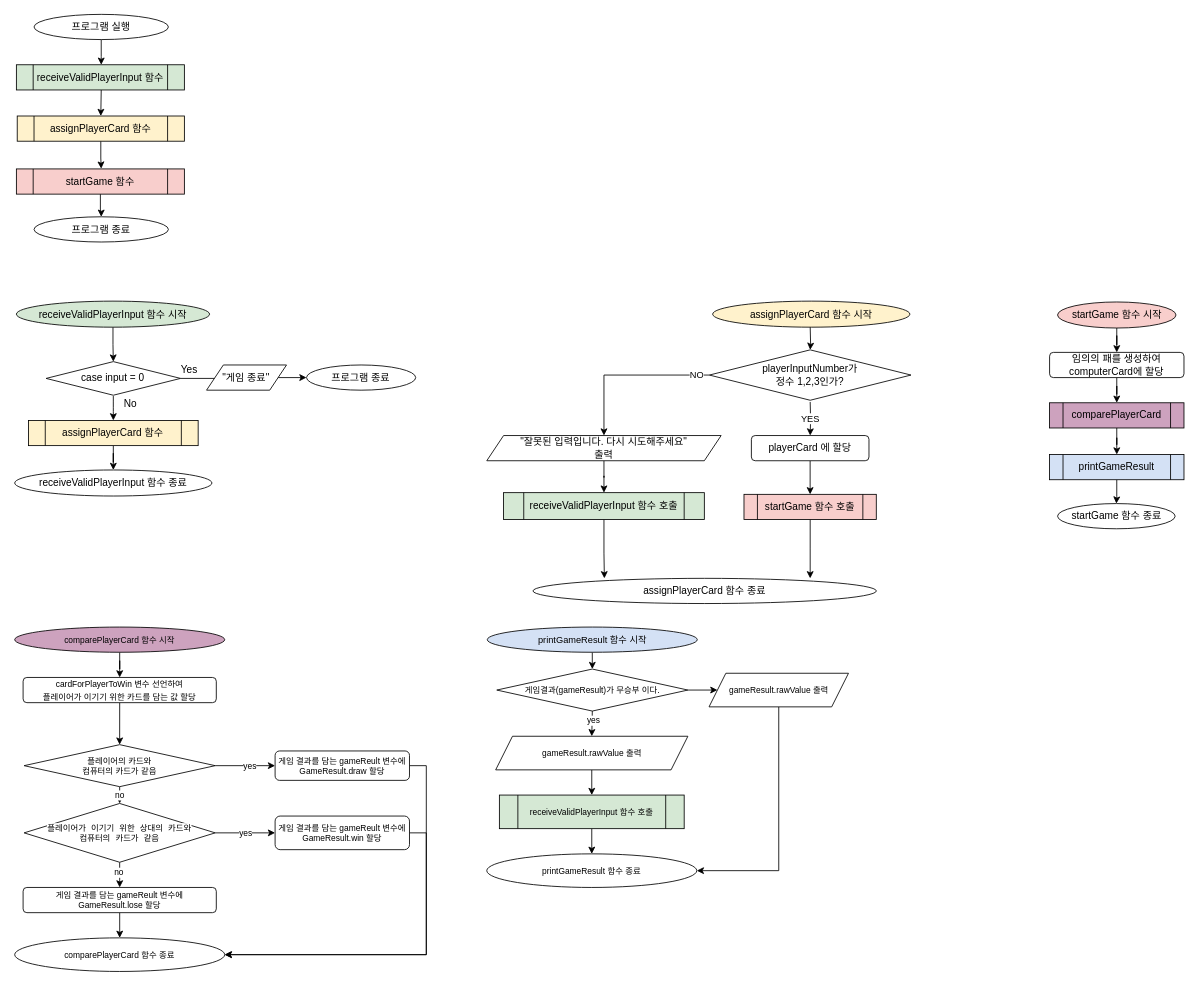
This is 묵찌빠STEP2 순서도v2.1.drawio from just1103/Swift_Syntax, a draw.io file, before an edit. Source tidied: cells renumbered, new cells numbered last; positions are measured from the earlier drawing's top-left corner, leaving out a move shared by most shapes. Both pictures are drawn from the tidied source at 84%, with x=0, y=0 at pixel (14, 14).
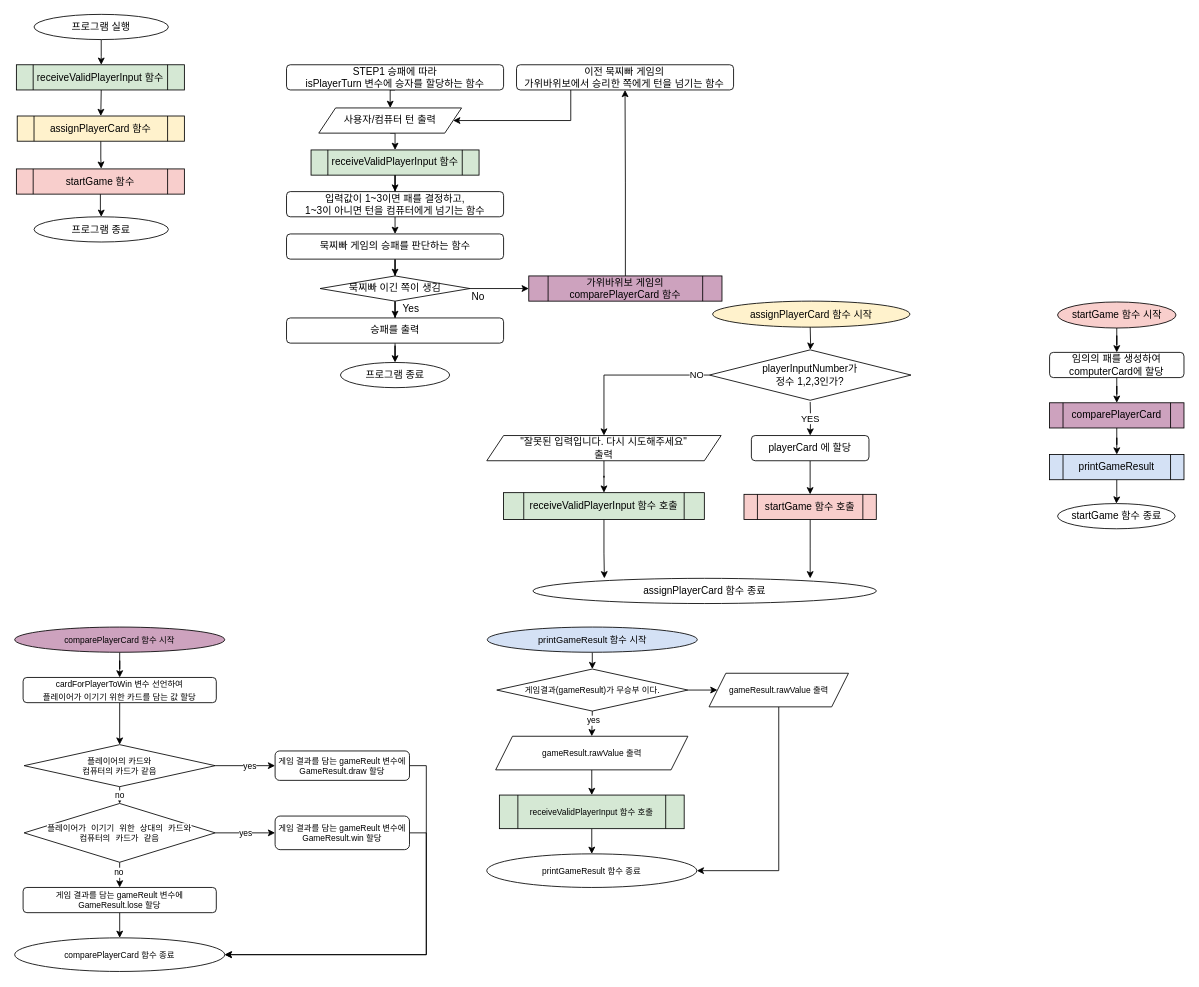
The same diagram, later.

What changed in the source:
```diff
@@
-    <mxCell id="4" style="endArrow=classic;html=1;exitX=0.5;exitY=1;exitDx=0;exitDy=0;" parent="1" edge="1">
-      <mxGeometry relative="1" as="geometry">
-        <mxPoint x="117.4" y="454" as="sourcePoint" />
-        <mxPoint x="117.4" y="483" as="targetPoint" />
-        <Array as="points">
-          <mxPoint x="117.4" y="468" />
-        </Array>
-      </mxGeometry>
-    </mxCell>
-    <mxCell id="5" value="No" style="text;html=1;strokeColor=none;fillColor=none;align=center;verticalAlign=middle;whiteSpace=wrap;rounded=0;" parent="1" vertex="1">
-      <mxGeometry x="118.4" y="453" width="40" height="20" as="geometry" />
-    </mxCell>
-    <mxCell id="6" value="Yes" style="text;html=1;strokeColor=none;fillColor=none;align=center;verticalAlign=middle;whiteSpace=wrap;rounded=0;" parent="1" vertex="1">
-      <mxGeometry x="188.4" y="413" width="40" height="20" as="geometry" />
-    </mxCell>
-    <mxCell id="7" style="edgeStyle=orthogonalEdgeStyle;rounded=0;jettySize=auto;html=1;" parent="1" edge="1" source="8" target="9">
-      <mxGeometry relative="1" as="geometry" />
-    </mxCell>
-    <mxCell id="8" value="case input = 0" style="rhombus;whiteSpace=wrap;html=1;" parent="1" vertex="1">
-      <mxGeometry x="37.4" y="413" width="160" height="40" as="geometry" />
-    </mxCell>
     <mxCell id="9" value="프로그램 종료" style="ellipse;whiteSpace=wrap;html=1;" parent="1" vertex="1">
-      <mxGeometry x="347.4" y="417" width="130" height="30" as="geometry" />
+      <mxGeometry x="387.8" y="414" width="130" height="30" as="geometry" />
     </mxCell>
@@
-    <mxCell id="26" style="edgeStyle=orthogonalEdgeStyle;rounded=0;jettySize=auto;html=1;" parent="1" edge="1" source="27" target="8">
-      <mxGeometry relative="1" as="geometry" />
-    </mxCell>
-    <mxCell id="27" value="receiveValidPlayerInput 함수 시작" style="ellipse;whiteSpace=wrap;html=1;rounded=1;fillColor=#D5E8D4;" parent="1" vertex="1">
-      <mxGeometry x="2" y="341" width="230" height="31" as="geometry" />
-    </mxCell>
-    <mxCell id="28" value="&quot;게임 종료&quot;" style="shape=parallelogram;perimeter=parallelogramPerimeter;whiteSpace=wrap;html=1;fixedSize=1;" parent="1" vertex="1">
-      <mxGeometry x="228.4" y="417" width="95.2" height="30" as="geometry" />
-    </mxCell>
-    <mxCell id="29" value="&lt;span&gt;receiveValidPlayerInput 함수 종료&lt;/span&gt;" style="ellipse;whiteSpace=wrap;html=1;" parent="1" vertex="1">
-      <mxGeometry y="542" width="234.8" height="31" as="geometry" />
-    </mxCell>
-    <mxCell id="30" style="edgeStyle=orthogonalEdgeStyle;rounded=0;jettySize=auto;html=1;" parent="1" edge="1" source="31" target="29">
-      <mxGeometry relative="1" as="geometry" />
-    </mxCell>
-    <mxCell id="31" value="assignPlayerCard 함수" style="shape=process;whiteSpace=wrap;html=1;backgroundOutline=1;fillColor=#FFF2CC;" parent="1" vertex="1">
-      <mxGeometry x="16.4" y="483" width="202" height="30" as="geometry" />
-    </mxCell>
@@
+    <mxCell id="79" style="edgeStyle=orthogonalEdgeStyle;rounded=0;jettySize=auto;html=1;exitX=0.5;exitY=1;exitDx=0;exitDy=0;entryX=0.5;entryY=0;entryDx=0;entryDy=0;" parent="1" edge="1" source="80" target="84">
+      <mxGeometry relative="1" as="geometry" />
+    </mxCell>
+    <mxCell id="80" value="사용자/컴퓨터 턴 출력" style="shape=parallelogram;perimeter=parallelogramPerimeter;whiteSpace=wrap;html=1;fixedSize=1;" parent="1" vertex="1">
+      <mxGeometry x="362" y="111" width="170" height="30" as="geometry" />
+    </mxCell>
+    <mxCell id="81" style="edgeStyle=orthogonalEdgeStyle;rounded=0;jettySize=auto;html=1;exitX=0.5;exitY=1;exitDx=0;exitDy=0;entryX=0.5;entryY=0;entryDx=0;entryDy=0;" parent="1" edge="1" source="82" target="80">
+      <mxGeometry relative="1" as="geometry" />
+    </mxCell>
+    <mxCell id="82" value="STEP1 승패에 따라&lt;br&gt;isPlayerTurn&amp;nbsp;변수에 승자를 할당하는 함수" style="rounded=1;whiteSpace=wrap;html=1;" parent="1" vertex="1">
+      <mxGeometry x="323.6" y="59.6" width="258.4" height="30" as="geometry" />
+    </mxCell>
+    <mxCell id="83" style="edgeStyle=orthogonalEdgeStyle;rounded=0;jettySize=auto;html=1;exitX=0.5;exitY=1;exitDx=0;exitDy=0;" parent="1" edge="1" source="84" target="86">
+      <mxGeometry relative="1" as="geometry" />
+    </mxCell>
+    <mxCell id="84" value="receiveValidPlayerInput 함수" style="shape=process;whiteSpace=wrap;html=1;backgroundOutline=1;fillColor=#D5E8D4;" parent="1" vertex="1">
+      <mxGeometry x="352.8" y="161" width="200" height="30" as="geometry" />
+    </mxCell>
+    <mxCell id="85" style="edgeStyle=orthogonalEdgeStyle;rounded=0;jettySize=auto;html=1;exitX=0.5;exitY=1;exitDx=0;exitDy=0;entryX=0.5;entryY=0;entryDx=0;entryDy=0;" parent="1" edge="1" source="86" target="88">
+      <mxGeometry relative="1" as="geometry" />
+    </mxCell>
+    <mxCell id="86" value="입력값이 1~3이면 패를 결정하고,&lt;br&gt;1~3이 아니면 턴을 컴퓨터에게 넘기는 함수" style="rounded=1;whiteSpace=wrap;html=1;" parent="1" vertex="1">
+      <mxGeometry x="323.6" y="210.6" width="258.4" height="30" as="geometry" />
+    </mxCell>
+    <mxCell id="87" style="edgeStyle=orthogonalEdgeStyle;rounded=0;jettySize=auto;html=1;" parent="1" edge="1" source="88" target="93">
+      <mxGeometry relative="1" as="geometry" />
+    </mxCell>
+    <mxCell id="88" value="묵찌빠 게임의 승패를 판단하는 함수" style="rounded=1;whiteSpace=wrap;html=1;" parent="1" vertex="1">
+      <mxGeometry x="323.6" y="261" width="258.4" height="30" as="geometry" />
+    </mxCell>
+    <mxCell id="89" style="edgeStyle=orthogonalEdgeStyle;rounded=0;jettySize=auto;html=1;" parent="1" edge="1" source="90" target="9">
+      <mxGeometry relative="1" as="geometry" />
+    </mxCell>
+    <mxCell id="90" value="승패를 출력" style="rounded=1;whiteSpace=wrap;html=1;" parent="1" vertex="1">
+      <mxGeometry x="323.6" y="361" width="258.4" height="30" as="geometry" />
+    </mxCell>
+    <mxCell id="91" style="edgeStyle=orthogonalEdgeStyle;rounded=0;jettySize=auto;html=1;" parent="1" edge="1" source="93" target="90">
+      <mxGeometry relative="1" as="geometry" />
+    </mxCell>
+    <mxCell id="92" style="edgeStyle=orthogonalEdgeStyle;rounded=0;jettySize=auto;html=1;" parent="1" edge="1" source="93" target="95">
+      <mxGeometry relative="1" as="geometry" />
+    </mxCell>
+    <mxCell id="93" value="묵찌빠 이긴 쪽이 생김" style="rhombus;whiteSpace=wrap;html=1;" parent="1" vertex="1">
+      <mxGeometry x="363.6" y="311" width="178.4" height="30" as="geometry" />
+    </mxCell>
+    <mxCell id="6" value="Yes" style="text;html=1;strokeColor=none;fillColor=none;align=center;verticalAlign=middle;whiteSpace=wrap;rounded=0;" parent="1" vertex="1">
+      <mxGeometry x="442" y="335" width="60" height="30" as="geometry" />
+    </mxCell>
+    <mxCell id="94" style="edgeStyle=orthogonalEdgeStyle;rounded=0;jettySize=auto;html=1;exitX=0.5;exitY=0;exitDx=0;exitDy=0;" parent="1" edge="1" source="95" target="97">
+      <mxGeometry relative="1" as="geometry" />
+    </mxCell>
+    <mxCell id="95" value="&lt;span&gt;가위바위보 게임의comparePlayerCard 함수&lt;/span&gt;" style="shape=process;whiteSpace=wrap;html=1;backgroundOutline=1;fillColor=#CDA2BE;" parent="1" vertex="1">
+      <mxGeometry x="612" y="311" width="230" height="30" as="geometry" />
+    </mxCell>
+    <mxCell id="5" value="No" style="text;html=1;strokeColor=none;fillColor=none;align=center;verticalAlign=middle;whiteSpace=wrap;rounded=0;" parent="1" vertex="1">
+      <mxGeometry x="522" y="321" width="60" height="30" as="geometry" />
+    </mxCell>
+    <mxCell id="96" style="edgeStyle=orthogonalEdgeStyle;rounded=0;jettySize=auto;html=1;exitX=0.25;exitY=1;exitDx=0;exitDy=0;entryX=1;entryY=0.5;entryDx=0;entryDy=0;" parent="1" edge="1" source="97" target="80">
+      <mxGeometry relative="1" as="geometry">
+        <Array as="points">
+          <mxPoint x="662" y="126" />
+        </Array>
+      </mxGeometry>
+    </mxCell>
+    <mxCell id="97" value="이전 묵찌빠 게임의&lt;br&gt;가위바위보에서 승리한 쪽에게 턴을 넘기는 함수" style="rounded=1;whiteSpace=wrap;html=1;" parent="1" vertex="1">
+      <mxGeometry x="597.4" y="59.6" width="258.4" height="30" as="geometry" />
+    </mxCell>
```
